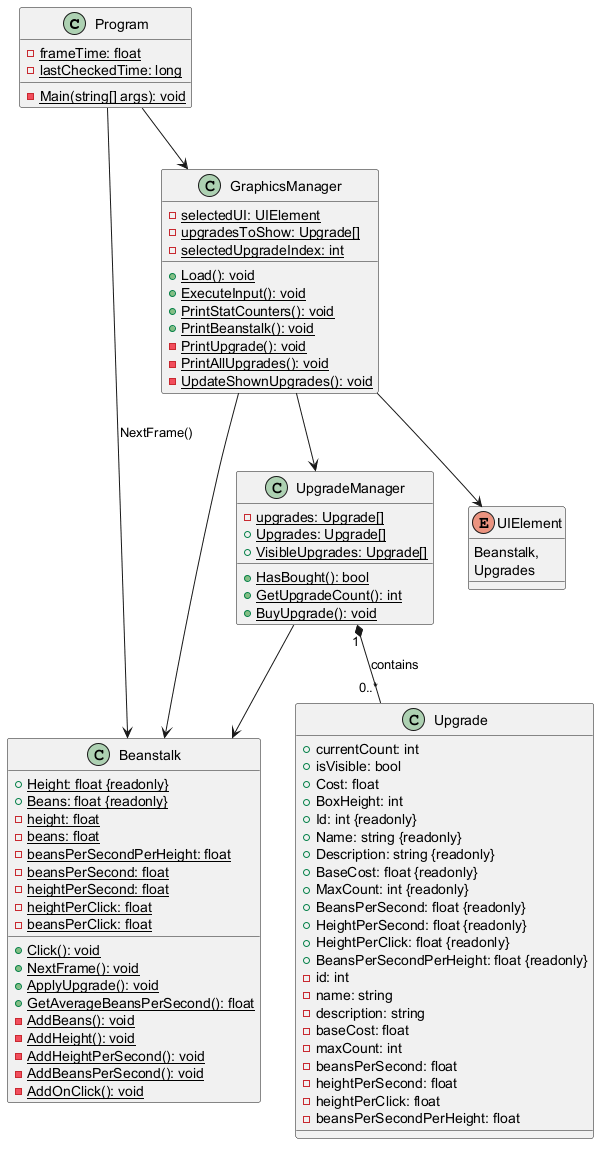
Earlier version of the PlantUML export PlantUML/Klassediagram 2.png (Murkorus/ProjektOOA).
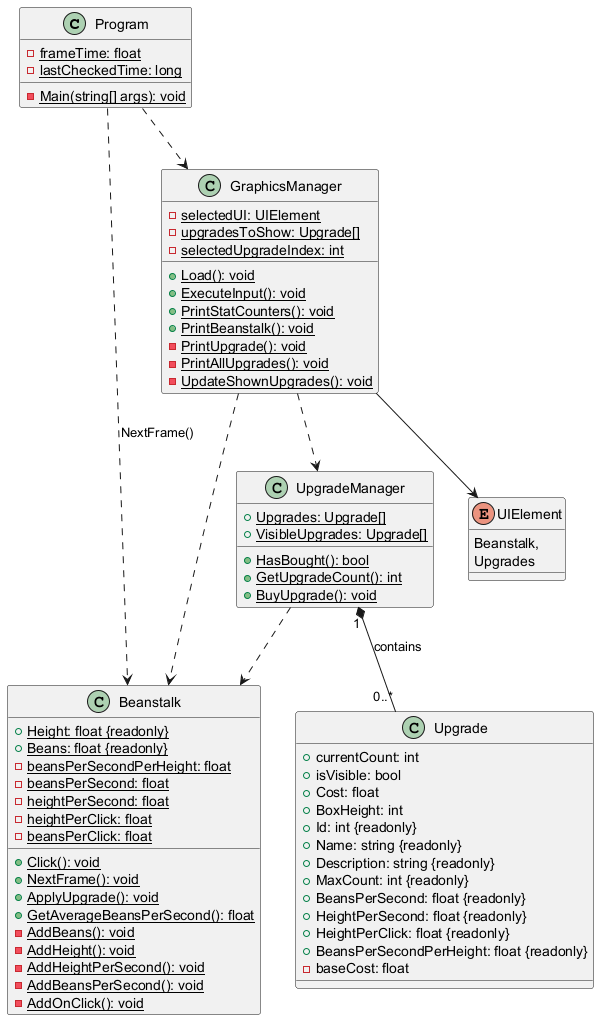
The same diagram one commit later.

The edit, as a diff of the source:
```diff
@@ -1,8 +1,8 @@
 @startuml
 
 class Program
-Program --> Beanstalk : NextFrame()
-Program --> GraphicsManager
+Program ..> Beanstalk : NextFrame()
+Program ..> GraphicsManager
 Program : - {static} frameTime: float
 Program : - {static} lastCheckedTime: long
 Program : - {static} Main(string[] args): void
@@ -11,8 +11,6 @@
 Beanstalk : + {static} Height: float {readonly}
 Beanstalk : + {static} Beans: float {readonly}
 
-Beanstalk : - {static} height: float
-Beanstalk : - {static} beans: float
 Beanstalk : - {static} beansPerSecondPerHeight: float
 Beanstalk : - {static} beansPerSecond: float
 Beanstalk : - {static} heightPerSecond: float
@@ -38,27 +36,17 @@
 Upgrade : + Id: int {readonly}
 Upgrade : + Name: string {readonly}
 Upgrade : + Description: string {readonly}
-Upgrade : + BaseCost: float {readonly}
 Upgrade : + MaxCount: int {readonly}
 Upgrade : + BeansPerSecond: float {readonly}
 Upgrade : + HeightPerSecond: float {readonly}
 Upgrade : + HeightPerClick: float {readonly}
 Upgrade : + BeansPerSecondPerHeight: float {readonly}
 
-Upgrade : - id: int
-Upgrade : - name: string
-Upgrade : - description: string
 Upgrade : - baseCost: float
-Upgrade : - maxCount: int
-Upgrade : - beansPerSecond: float
-Upgrade : - heightPerSecond: float
-Upgrade : - heightPerClick: float
-Upgrade : - beansPerSecondPerHeight: float
 
 class UpgradeManager
 UpgradeManager "1" *-- "0..*" Upgrade : contains
-UpgradeManager --> Beanstalk
-UpgradeManager : - {static} upgrades: Upgrade[]
+UpgradeManager ..> Beanstalk
 UpgradeManager : + {static} Upgrades: Upgrade[]
 UpgradeManager : + {static} VisibleUpgrades: Upgrade[]
 
@@ -67,9 +55,9 @@
 UpgradeManager : + {static} BuyUpgrade(): void
 
 class GraphicsManager
-GraphicsManager --> UpgradeManager
+GraphicsManager ..> UpgradeManager
 GraphicsManager --> UIElement
-GraphicsManager --> Beanstalk
+GraphicsManager ..> Beanstalk
 GraphicsManager : - {static} selectedUI: UIElement
 GraphicsManager : - {static} upgradesToShow: Upgrade[]
 GraphicsManager : - {static} selectedUpgradeIndex: int
```
